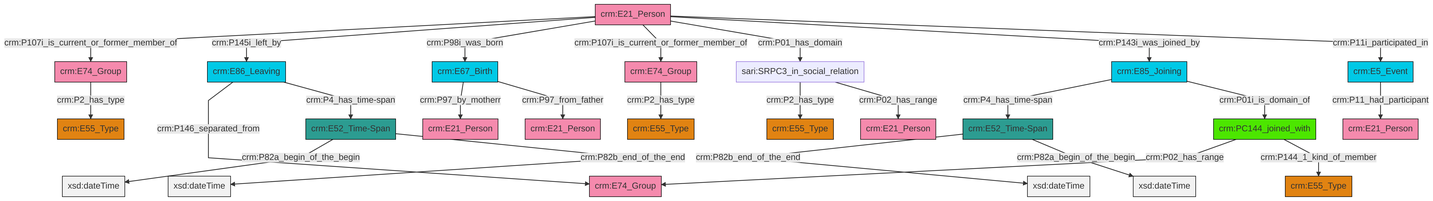
swiss-art-research-net/docs.swissartresearch keeps this Mermaid diagram as et/personCSV/ttl/mmd/png/Person_Actor_Relations.png. Above is the earlier version. Its source is kept beside it as et/personCSV/ttl/mmd/Person_Actor_Relations.ttl.mmd.
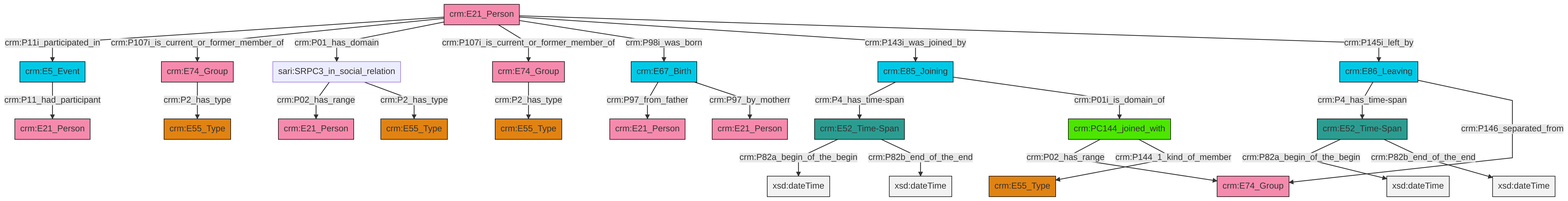
After the commit.

What changed in the source:
```diff
@@ -13,27 +13,27 @@
 classDef PC_Classes fill:#4ce600, stroke:#000000;
 classDef Multi fill:#cccccc,stroke:#000000;
 
-2["crm:PC144_joined_with"]:::PC_Classes -->|crm:P02_has_range| 3["crm:E74_Group"]:::Actor
-4["crm:E86_Leaving"]:::Temporal_Entity -->|crm:P146_separated_from| 3["crm:E74_Group"]:::Actor
-8["crm:E74_Group"]:::Actor -->|crm:P2_has_type| 9["crm:E55_Type"]:::Type
-10["crm:E21_Person"]:::Actor -->|crm:P107i_is_current_or_former_member_of| 8["crm:E74_Group"]:::Actor
-11["sari:SRPC3_in_social_relation"]:::Default -->|crm:P2_has_type| 13["crm:E55_Type"]:::Type
-5["crm:E52_Time-Span"]:::Time-Span -->|crm:P82b_end_of_the_end| 15[xsd:dateTime]:::Literal
-4["crm:E86_Leaving"]:::Temporal_Entity -->|crm:P4_has_time-span| 16["crm:E52_Time-Span"]:::Time-Span
-10["crm:E21_Person"]:::Actor -->|crm:P145i_left_by| 4["crm:E86_Leaving"]:::Temporal_Entity
-10["crm:E21_Person"]:::Actor -->|crm:P98i_was_born| 21["crm:E67_Birth"]:::Temporal_Entity
-10["crm:E21_Person"]:::Actor -->|crm:P107i_is_current_or_former_member_of| 22["crm:E74_Group"]:::Actor
-10["crm:E21_Person"]:::Actor -->|crm:P01_has_domain| 11["sari:SRPC3_in_social_relation"]:::Default
-21["crm:E67_Birth"]:::Temporal_Entity -->|crm:P97_by_motherr| 0["crm:E21_Person"]:::Actor
-23["crm:E5_Event"]:::Temporal_Entity -->|crm:P11_had_participant| 25["crm:E21_Person"]:::Actor
-16["crm:E52_Time-Span"]:::Time-Span -->|crm:P82a_begin_of_the_begin| 26[xsd:dateTime]:::Literal
-22["crm:E74_Group"]:::Actor -->|crm:P2_has_type| 17["crm:E55_Type"]:::Type
-11["sari:SRPC3_in_social_relation"]:::Default -->|crm:P02_has_range| 30["crm:E21_Person"]:::Actor
-32["crm:E85_Joining"]:::Temporal_Entity -->|crm:P4_has_time-span| 5["crm:E52_Time-Span"]:::Time-Span
-16["crm:E52_Time-Span"]:::Time-Span -->|crm:P82b_end_of_the_end| 34[xsd:dateTime]:::Literal
-10["crm:E21_Person"]:::Actor -->|crm:P143i_was_joined_by| 32["crm:E85_Joining"]:::Temporal_Entity
-21["crm:E67_Birth"]:::Temporal_Entity -->|crm:P97_from_father| 38["crm:E21_Person"]:::Actor
-5["crm:E52_Time-Span"]:::Time-Span -->|crm:P82a_begin_of_the_begin| 40[xsd:dateTime]:::Literal
-10["crm:E21_Person"]:::Actor -->|crm:P11i_participated_in| 23["crm:E5_Event"]:::Temporal_Entity
-32["crm:E85_Joining"]:::Temporal_Entity -->|crm:P01i_is_domain_of| 2["crm:PC144_joined_with"]:::PC_Classes
-2["crm:PC144_joined_with"]:::PC_Classes -->|crm:P144_1_kind_of_member| 28["crm:E55_Type"]:::Type
+0["crm:E5_Event"]:::Temporal_Entity -->|crm:P11_had_participant| 1["crm:E21_Person"]:::Actor
+2["crm:E21_Person"]:::Actor -->|crm:P11i_participated_in| 0["crm:E5_Event"]:::Temporal_Entity
+5["crm:PC144_joined_with"]:::PC_Classes -->|crm:P02_has_range| 6["crm:E74_Group"]:::Actor
+7["crm:E86_Leaving"]:::Temporal_Entity -->|crm:P4_has_time-span| 8["crm:E52_Time-Span"]:::Time-Span
+13["crm:E74_Group"]:::Actor -->|crm:P2_has_type| 14["crm:E55_Type"]:::Type
+11["crm:E85_Joining"]:::Temporal_Entity -->|crm:P4_has_time-span| 17["crm:E52_Time-Span"]:::Time-Span
+15["crm:E74_Group"]:::Actor -->|crm:P2_has_type| 18["crm:E55_Type"]:::Type
+17["crm:E52_Time-Span"]:::Time-Span -->|crm:P82a_begin_of_the_begin| 25[xsd:dateTime]:::Literal
+7["crm:E86_Leaving"]:::Temporal_Entity -->|crm:P146_separated_from| 6["crm:E74_Group"]:::Actor
+27["sari:SRPC3_in_social_relation"]:::Default -->|crm:P02_has_range| 23["crm:E21_Person"]:::Actor
+2["crm:E21_Person"]:::Actor -->|crm:P107i_is_current_or_former_member_of| 15["crm:E74_Group"]:::Actor
+11["crm:E85_Joining"]:::Temporal_Entity -->|crm:P01i_is_domain_of| 5["crm:PC144_joined_with"]:::PC_Classes
+8["crm:E52_Time-Span"]:::Time-Span -->|crm:P82a_begin_of_the_begin| 29[xsd:dateTime]:::Literal
+17["crm:E52_Time-Span"]:::Time-Span -->|crm:P82b_end_of_the_end| 35[xsd:dateTime]:::Literal
+2["crm:E21_Person"]:::Actor -->|crm:P01_has_domain| 27["sari:SRPC3_in_social_relation"]:::Default
+5["crm:PC144_joined_with"]:::PC_Classes -->|crm:P144_1_kind_of_member| 37["crm:E55_Type"]:::Type
+2["crm:E21_Person"]:::Actor -->|crm:P107i_is_current_or_former_member_of| 13["crm:E74_Group"]:::Actor
+27["sari:SRPC3_in_social_relation"]:::Default -->|crm:P2_has_type| 3["crm:E55_Type"]:::Type
+2["crm:E21_Person"]:::Actor -->|crm:P98i_was_born| 20["crm:E67_Birth"]:::Temporal_Entity
+2["crm:E21_Person"]:::Actor -->|crm:P143i_was_joined_by| 11["crm:E85_Joining"]:::Temporal_Entity
+20["crm:E67_Birth"]:::Temporal_Entity -->|crm:P97_from_father| 9["crm:E21_Person"]:::Actor
+2["crm:E21_Person"]:::Actor -->|crm:P145i_left_by| 7["crm:E86_Leaving"]:::Temporal_Entity
+20["crm:E67_Birth"]:::Temporal_Entity -->|crm:P97_by_motherr| 32["crm:E21_Person"]:::Actor
+8["crm:E52_Time-Span"]:::Time-Span -->|crm:P82b_end_of_the_end| 43[xsd:dateTime]:::Literal
```
